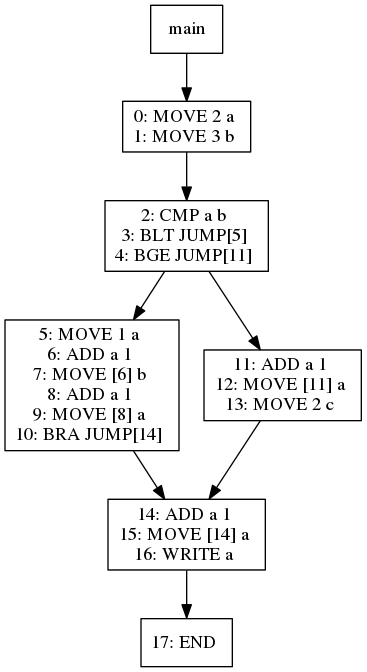
Above: viz/test012.dot.png in jiahanwang/PL241-Compiler (Graphviz), before the change. Its source is kept beside it as viz/test012.dot. Source of this version:
```dot
digraph test012 {
node [shape=box]
199[label="main"]
199 -> 201
201[label="0: MOVE 2 a
1: MOVE 3 b
"]
201 -> 203
203[label="2: CMP a b
3: BLT JUMP[5]
4: BGE JUMP[11]
"]
203 -> 205
205[label="5: MOVE 1 a
6: ADD a 1
7: MOVE [6] b
8: ADD a 1
9: MOVE [8] a
10: BRA JUMP[14]
"]
205 -> 204
204[label="14: ADD a 1
15: MOVE [14] a
16: WRITE a
"]
204 -> 212
212[label="17: END
"]
203 -> 208
208[label="11: ADD a 1
12: MOVE [11] a
13: MOVE 2 c
"]
208 -> 204
}
```
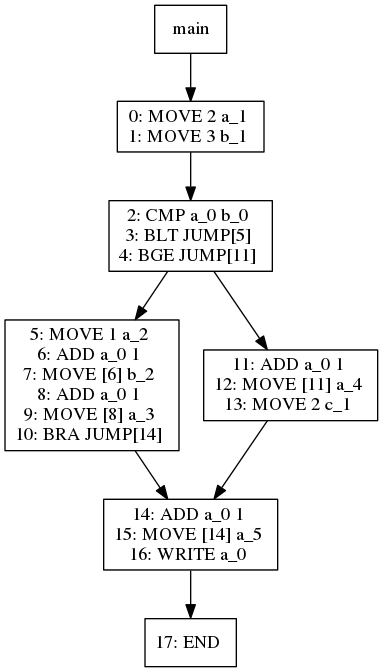
Later version of the same file.

The edit, as a diff of the source:
```diff
@@ -1,35 +1,35 @@
 digraph test012 {
 node [shape=box]
-199[label="main"]
-199 -> 201
-201[label="0: MOVE 2 a
-1: MOVE 3 b
+1[label="main"]
+1 -> 3
+3[label="0: MOVE 2 a_1
+1: MOVE 3 b_1
 "]
-201 -> 203
-203[label="2: CMP a b
+3 -> 5
+5[label="2: CMP a_0 b_0
 3: BLT JUMP[5]
 4: BGE JUMP[11]
 "]
-203 -> 205
-205[label="5: MOVE 1 a
-6: ADD a 1
-7: MOVE [6] b
-8: ADD a 1
-9: MOVE [8] a
+5 -> 7
+7[label="5: MOVE 1 a_2
+6: ADD a_0 1
+7: MOVE [6] b_2
+8: ADD a_0 1
+9: MOVE [8] a_3
 10: BRA JUMP[14]
 "]
-205 -> 204
-204[label="14: ADD a 1
-15: MOVE [14] a
-16: WRITE a
+7 -> 6
+6[label="14: ADD a_0 1
+15: MOVE [14] a_5
+16: WRITE a_0
 "]
-204 -> 212
-212[label="17: END
+6 -> 14
+14[label="17: END
 "]
-203 -> 208
-208[label="11: ADD a 1
-12: MOVE [11] a
-13: MOVE 2 c
+5 -> 10
+10[label="11: ADD a_0 1
+12: MOVE [11] a_4
+13: MOVE 2 c_1
 "]
-208 -> 204
+10 -> 6
 }
```
